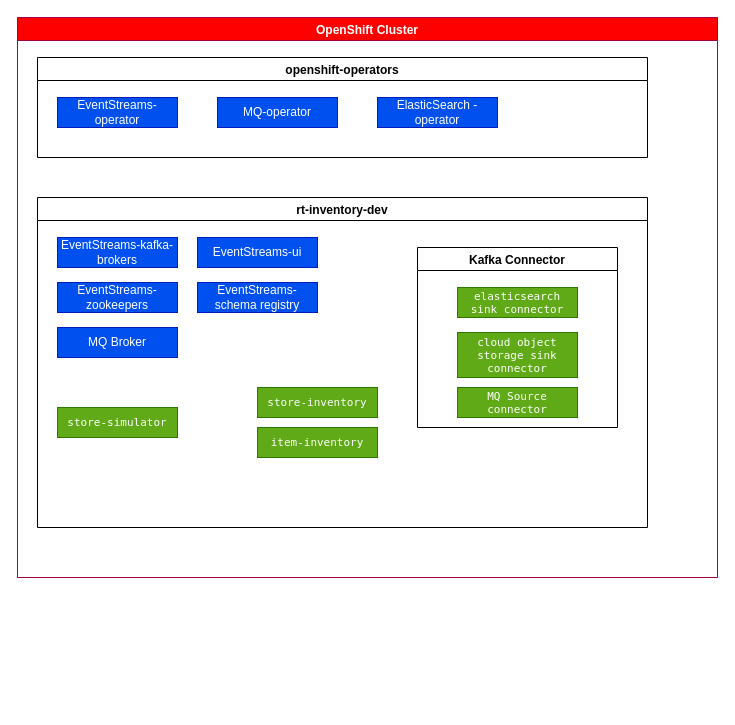
This is docs/diagrams/hl-view.drawio from ibm-cloud-architecture/eda-rt-inventory-gitops, a draw.io file, before an edit. Source tidied: cells renumbered, new cells numbered last; positions are measured from the earlier drawing's top-left corner, leaving out a move shared by most shapes. Both pictures are drawn from the tidied source at 100%, with x=0, y=0 at pixel (17, 17).
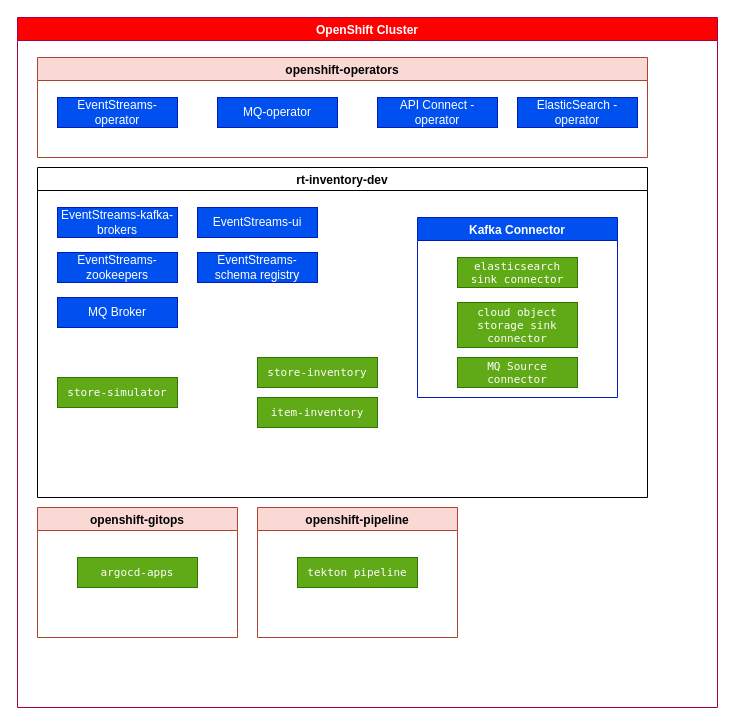
After the change.

The edit, as a diff of the source:
```diff
@@
     <mxCell id="2" value="OpenShift Cluster" style="swimlane;fillColor=#FF0000;fontColor=#ffffff;strokeColor=#A50040;" parent="1" vertex="1">
-      <mxGeometry width="700" height="560" as="geometry" />
+      <mxGeometry width="700" height="690" as="geometry" />
     </mxCell>
-    <mxCell id="3" value="openshift-operators" style="swimlane;" parent="2" vertex="1">
+    <mxCell id="3" value="openshift-operators" style="swimlane;fillColor=#fad9d5;strokeColor=#ae4132;" parent="2" vertex="1">
       <mxGeometry x="20" y="40" width="610" height="100" as="geometry" />
     </mxCell>
@@
-    <mxCell id="6" value="ElasticSearch -operator" style="rounded=0;whiteSpace=wrap;html=1;fillColor=#0050ef;fontColor=#ffffff;strokeColor=#001DBC;" parent="3" vertex="1">
+    <mxCell id="6" value="API Connect -operator" style="rounded=0;whiteSpace=wrap;html=1;fillColor=#0050ef;fontColor=#ffffff;strokeColor=#001DBC;" parent="3" vertex="1">
       <mxGeometry x="340" y="40" width="120" height="30" as="geometry" />
     </mxCell>
+    <mxCell id="20" value="ElasticSearch -operator" style="rounded=0;whiteSpace=wrap;html=1;fillColor=#0050ef;fontColor=#ffffff;strokeColor=#001DBC;" parent="3" vertex="1">
+      <mxGeometry x="480" y="40" width="120" height="30" as="geometry" />
+    </mxCell>
     <mxCell id="7" value="rt-inventory-dev" style="swimlane;" parent="2" vertex="1">
-      <mxGeometry x="20" y="180" width="610" height="330" as="geometry" />
+      <mxGeometry x="20" y="150" width="610" height="330" as="geometry" />
     </mxCell>
@@
-    <mxCell id="15" value="Kafka Connector" style="swimlane;" parent="7" vertex="1">
+    <mxCell id="15" value="Kafka Connector" style="swimlane;fillColor=#0050ef;strokeColor=#001DBC;fontColor=#ffffff;" parent="7" vertex="1">
       <mxGeometry x="380" y="50" width="200" height="180" as="geometry" />
     </mxCell>
@@
+    <mxCell id="21" value="openshift-gitops" style="swimlane;fillColor=#fad9d5;strokeColor=#ae4132;" parent="2" vertex="1">
+      <mxGeometry x="20" y="490" width="200" height="130" as="geometry" />
+    </mxCell>
+    <mxCell id="22" value="&lt;p class=&quot;p1&quot; style=&quot;margin: 0px ; font-stretch: normal ; font-size: 11px ; line-height: normal ; font-family: &amp;#34;menlo&amp;#34;&quot;&gt;&lt;span class=&quot;s1&quot;&gt;argocd-apps&lt;/span&gt;&lt;/p&gt;" style="rounded=0;whiteSpace=wrap;html=1;fillColor=#60a917;fontColor=#FFFFFF;strokeColor=#2D7600;" parent="21" vertex="1">
+      <mxGeometry x="40" y="50" width="120" height="30" as="geometry" />
+    </mxCell>
+    <mxCell id="23" value="openshift-pipeline" style="swimlane;fillColor=#fad9d5;strokeColor=#ae4132;" parent="2" vertex="1">
+      <mxGeometry x="240" y="490" width="200" height="130" as="geometry" />
+    </mxCell>
+    <mxCell id="24" value="&lt;p class=&quot;p1&quot; style=&quot;margin: 0px ; font-stretch: normal ; font-size: 11px ; line-height: normal ; font-family: &amp;#34;menlo&amp;#34;&quot;&gt;&lt;span class=&quot;s1&quot;&gt;tekton pipeline&lt;/span&gt;&lt;/p&gt;" style="rounded=0;whiteSpace=wrap;html=1;fillColor=#60a917;fontColor=#FFFFFF;strokeColor=#2D7600;" parent="23" vertex="1">
+      <mxGeometry x="40" y="50" width="120" height="30" as="geometry" />
+    </mxCell>
```
